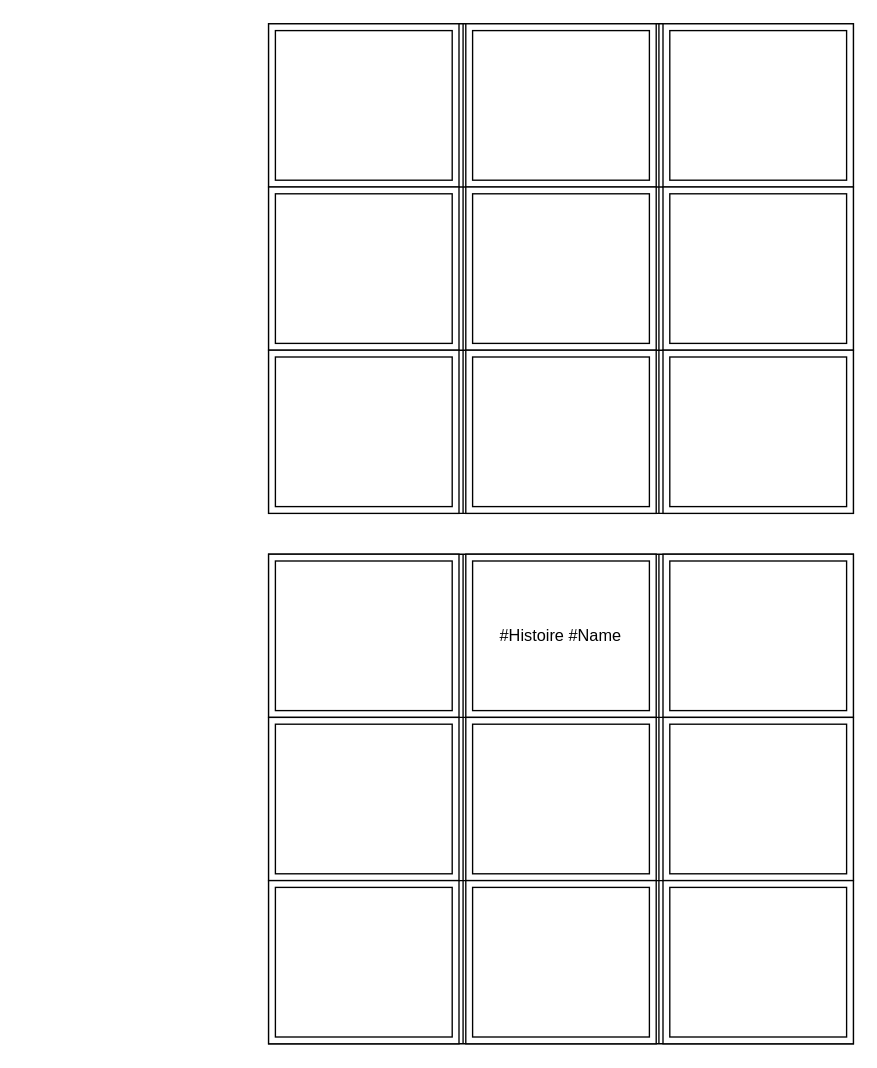
arseneRuben/programmation-web-tp keeps this draw.io diagram as page "gallery-page-main-section" (6 of 6) of src/Autres fichiers/proto_home_21_08.drawio. Above is the earlier version. Source tidied: cells renumbered, new cells numbered last; positions are measured from the earlier drawing's top-left corner, leaving out a move shared by most shapes. Both pictures are drawn from the tidied source at 136%, with x=0, y=0 at pixel (268, 23).
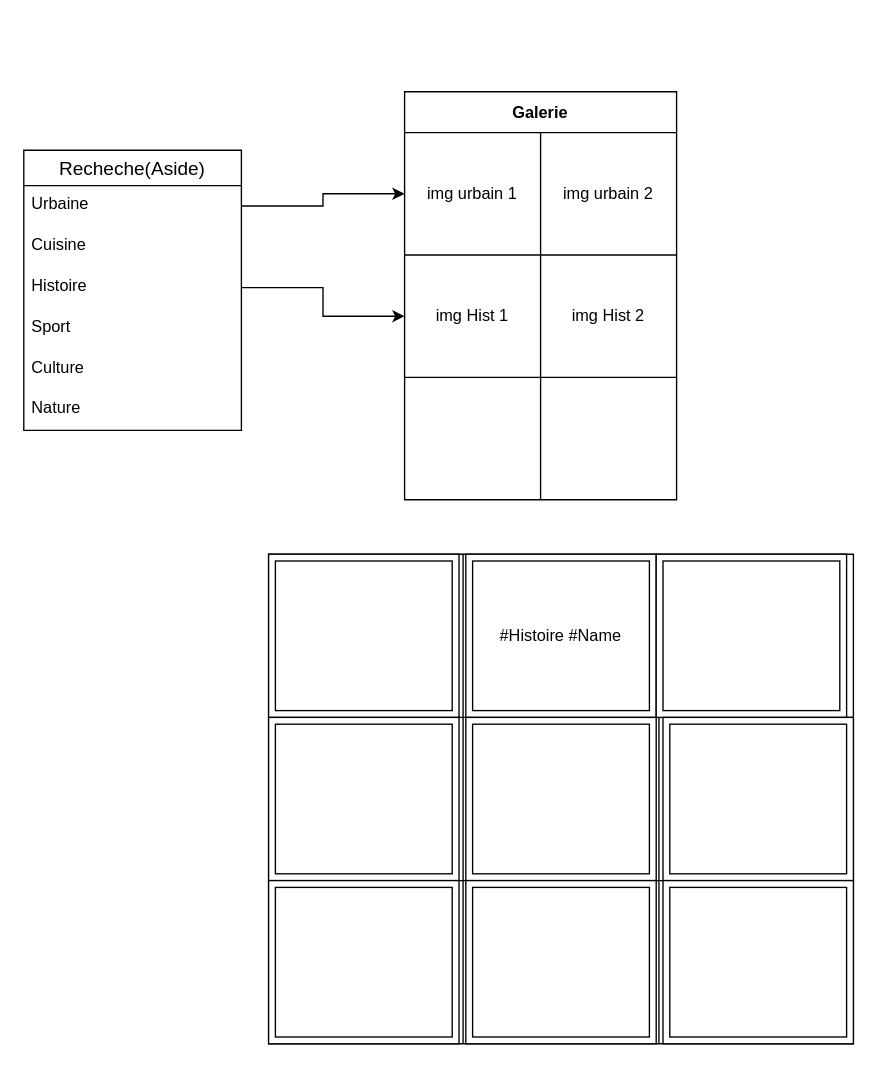
The same diagram, later.

What changed in the source:
```diff
@@
-    <mxCell id="2" style="shape=table;html=1;whiteSpace=wrap;startSize=0;childLayout=tableLayout;strokeWidth=1;" parent="1" vertex="1">
-      <mxGeometry width="430" height="360" as="geometry" />
-    </mxCell>
-    <mxCell id="3" style="shape=tableRow;horizontal=0;startSize=0;swimlaneHead=0;swimlaneBody=0;top=0;left=0;bottom=0;right=0;fillColor=none;strokeWidth=1;" parent="2" vertex="1">
-      <mxGeometry width="430" height="120" as="geometry" />
-    </mxCell>
-    <mxCell id="4" style="shape=partialRectangle;html=1;whiteSpace=wrap;fillColor=none;top=0;left=0;bottom=0;right=0;overflow=hidden;strokeWidth=1;" parent="3" vertex="1">
-      <mxGeometry width="143" height="120" as="geometry" />
-    </mxCell>
-    <mxCell id="5" style="shape=partialRectangle;html=1;whiteSpace=wrap;fillColor=none;top=0;left=0;bottom=0;right=0;overflow=hidden;strokeWidth=1;" parent="3" vertex="1">
-      <mxGeometry x="143" width="144" height="120" as="geometry" />
-    </mxCell>
-    <mxCell id="6" style="shape=partialRectangle;html=1;whiteSpace=wrap;fillColor=none;top=0;left=0;bottom=0;right=0;overflow=hidden;strokeWidth=1;" parent="3" vertex="1">
-      <mxGeometry x="287" width="143" height="120" as="geometry" />
-    </mxCell>
-    <mxCell id="7" style="shape=tableRow;horizontal=0;startSize=0;swimlaneHead=0;swimlaneBody=0;top=0;left=0;bottom=0;right=0;fillColor=none;strokeWidth=1;" parent="2" vertex="1">
-      <mxGeometry y="120" width="430" height="120" as="geometry" />
-    </mxCell>
-    <mxCell id="8" style="shape=partialRectangle;html=1;whiteSpace=wrap;fillColor=none;top=0;left=0;bottom=0;right=0;overflow=hidden;strokeWidth=1;" parent="7" vertex="1">
-      <mxGeometry width="143" height="120" as="geometry" />
-    </mxCell>
-    <mxCell id="9" style="shape=partialRectangle;html=1;whiteSpace=wrap;fillColor=none;top=0;left=0;bottom=0;right=0;overflow=hidden;strokeWidth=1;" parent="7" vertex="1">
-      <mxGeometry x="143" width="144" height="120" as="geometry" />
-    </mxCell>
-    <mxCell id="10" style="shape=partialRectangle;html=1;whiteSpace=wrap;fillColor=none;top=0;left=0;bottom=0;right=0;overflow=hidden;strokeWidth=1;" parent="7" vertex="1">
-      <mxGeometry x="287" width="143" height="120" as="geometry" />
-    </mxCell>
-    <mxCell id="11" style="shape=tableRow;horizontal=0;startSize=0;swimlaneHead=0;swimlaneBody=0;top=0;left=0;bottom=0;right=0;fillColor=none;strokeWidth=1;" parent="2" vertex="1">
-      <mxGeometry y="240" width="430" height="120" as="geometry" />
-    </mxCell>
-    <mxCell id="12" style="shape=partialRectangle;html=1;whiteSpace=wrap;fillColor=none;top=0;left=0;bottom=0;right=0;overflow=hidden;strokeWidth=1;" parent="11" vertex="1">
-      <mxGeometry width="143" height="120" as="geometry" />
-    </mxCell>
-    <mxCell id="13" style="shape=partialRectangle;html=1;whiteSpace=wrap;fillColor=none;top=0;left=0;bottom=0;right=0;overflow=hidden;strokeWidth=1;" parent="11" vertex="1">
-      <mxGeometry x="143" width="144" height="120" as="geometry" />
-    </mxCell>
-    <mxCell id="14" style="shape=partialRectangle;html=1;whiteSpace=wrap;fillColor=none;top=0;left=0;bottom=0;right=0;overflow=hidden;strokeWidth=1;" parent="11" vertex="1">
-      <mxGeometry x="287" width="143" height="120" as="geometry" />
-    </mxCell>
-    <mxCell id="15" style="shape=ext;margin=3;double=1;whiteSpace=wrap;html=1;align=center;strokeWidth=1;" parent="1" vertex="1">
-      <mxGeometry width="140" height="120" as="geometry" />
-    </mxCell>
-    <mxCell id="16" style="shape=ext;margin=3;double=1;whiteSpace=wrap;html=1;align=center;strokeWidth=1;" parent="1" vertex="1">
-      <mxGeometry x="145" width="140" height="120" as="geometry" />
-    </mxCell>
-    <mxCell id="17" style="shape=ext;margin=3;double=1;whiteSpace=wrap;html=1;align=center;strokeWidth=1;" parent="1" vertex="1">
-      <mxGeometry x="290" width="140" height="120" as="geometry" />
-    </mxCell>
-    <mxCell id="18" style="shape=ext;margin=3;double=1;whiteSpace=wrap;html=1;align=center;strokeWidth=1;" parent="1" vertex="1">
-      <mxGeometry y="120" width="140" height="120" as="geometry" />
-    </mxCell>
-    <mxCell id="19" style="shape=ext;margin=3;double=1;whiteSpace=wrap;html=1;align=center;strokeWidth=1;" parent="1" vertex="1">
-      <mxGeometry x="145" y="120" width="140" height="120" as="geometry" />
-    </mxCell>
-    <mxCell id="20" style="shape=ext;margin=3;double=1;whiteSpace=wrap;html=1;align=center;strokeWidth=1;" parent="1" vertex="1">
-      <mxGeometry x="290" y="120" width="140" height="120" as="geometry" />
-    </mxCell>
-    <mxCell id="21" style="shape=ext;margin=3;double=1;whiteSpace=wrap;html=1;align=center;strokeWidth=1;" parent="1" vertex="1">
-      <mxGeometry y="240" width="140" height="120" as="geometry" />
-    </mxCell>
-    <mxCell id="22" style="shape=ext;margin=3;double=1;whiteSpace=wrap;html=1;align=center;strokeWidth=1;" parent="1" vertex="1">
-      <mxGeometry x="145" y="240" width="140" height="120" as="geometry" />
-    </mxCell>
-    <mxCell id="23" style="shape=ext;margin=3;double=1;whiteSpace=wrap;html=1;align=center;strokeWidth=1;" parent="1" vertex="1">
-      <mxGeometry x="290" y="240" width="140" height="120" as="geometry" />
-    </mxCell>
@@
     <mxCell id="39" style="shape=ext;margin=3;double=1;whiteSpace=wrap;html=1;align=center;strokeWidth=1;" parent="1" vertex="1">
-      <mxGeometry x="290" y="390" width="140" height="120" as="geometry" />
+      <mxGeometry x="285" y="390" width="140" height="120" as="geometry" />
     </mxCell>
@@
+    <mxCell id="46" value="Recheche(Aside)" style="swimlane;fontStyle=0;horizontal=1;startSize=26;align=center;fontSize=14;strokeWidth=1;" parent="1" vertex="1">
+      <mxGeometry x="-180" y="93" width="160" height="206" as="geometry" />
+    </mxCell>
+    <mxCell id="47" value="Urbaine" style="text;strokeColor=none;fillColor=none;spacingLeft=4;spacingRight=4;overflow=hidden;points=[[0,0.5],[1,0.5]];portConstraint=eastwest;fontSize=12;" parent="46" vertex="1">
+      <mxGeometry y="26" width="160" height="30" as="geometry" />
+    </mxCell>
+    <mxCell id="48" value="Cuisine" style="text;strokeColor=none;fillColor=none;spacingLeft=4;spacingRight=4;overflow=hidden;fontSize=12;" parent="46" vertex="1">
+      <mxGeometry y="56" width="160" height="30" as="geometry" />
+    </mxCell>
+    <mxCell id="49" value="Histoire" style="text;strokeColor=none;fillColor=none;spacingLeft=4;spacingRight=4;overflow=hidden;points=[[0,0.5],[1,0.5]];portConstraint=eastwest;fontSize=12;" parent="46" vertex="1">
+      <mxGeometry y="86" width="160" height="30" as="geometry" />
+    </mxCell>
+    <mxCell id="50" value="Sport" style="text;strokeColor=none;fillColor=none;spacingLeft=4;spacingRight=4;overflow=hidden;fontSize=12;" parent="46" vertex="1">
+      <mxGeometry y="116" width="160" height="30" as="geometry" />
+    </mxCell>
+    <mxCell id="51" value="Culture" style="text;strokeColor=none;fillColor=none;spacingLeft=4;spacingRight=4;overflow=hidden;fontSize=12;" parent="46" vertex="1">
+      <mxGeometry y="146" width="160" height="30" as="geometry" />
+    </mxCell>
+    <mxCell id="52" value="Nature" style="text;strokeColor=none;fillColor=none;spacingLeft=4;spacingRight=4;overflow=hidden;fontSize=12;" parent="46" vertex="1">
+      <mxGeometry y="176" width="160" height="30" as="geometry" />
+    </mxCell>
+    <mxCell id="53" value="Galerie" style="shape=table;startSize=30;childLayout=tableLayout;fontStyle=1;align=center;strokeWidth=1;" parent="1" vertex="1">
+      <mxGeometry x="100" y="50" width="200" height="300" as="geometry" />
+    </mxCell>
+    <mxCell id="54" style="shape=tableRow;horizontal=0;startSize=0;swimlaneHead=0;swimlaneBody=0;top=0;left=0;bottom=0;right=0;fillColor=none;points=[[0,0.5],[1,0.5]];portConstraint=eastwest;strokeWidth=1;" parent="53" vertex="1">
+      <mxGeometry y="30" width="200" height="90" as="geometry" />
+    </mxCell>
+    <mxCell id="55" value="img urbain 1" style="shape=partialRectangle;html=1;whiteSpace=wrap;fillColor=none;top=0;left=0;bottom=0;right=0;overflow=hidden;strokeWidth=1;" parent="54" vertex="1">
+      <mxGeometry width="100" height="90" as="geometry" />
+    </mxCell>
+    <mxCell id="56" value="&lt;span style=&quot;&quot;&gt;img urbain 2&lt;/span&gt;" style="shape=partialRectangle;html=1;whiteSpace=wrap;fillColor=none;top=0;left=0;bottom=0;right=0;overflow=hidden;strokeWidth=1;" parent="54" vertex="1">
+      <mxGeometry x="100" width="100" height="90" as="geometry" />
+    </mxCell>
+    <mxCell id="57" style="shape=tableRow;horizontal=0;startSize=0;swimlaneHead=0;swimlaneBody=0;top=0;left=0;bottom=0;right=0;fillColor=none;points=[[0,0.5],[1,0.5]];portConstraint=eastwest;strokeWidth=1;" parent="53" vertex="1">
+      <mxGeometry y="120" width="200" height="90" as="geometry" />
+    </mxCell>
+    <mxCell id="58" value="&lt;span style=&quot;&quot;&gt;img Hist 1&lt;/span&gt;" style="shape=partialRectangle;html=1;whiteSpace=wrap;fillColor=none;top=0;left=0;bottom=0;right=0;overflow=hidden;strokeWidth=1;" parent="57" vertex="1">
+      <mxGeometry width="100" height="90" as="geometry" />
+    </mxCell>
+    <mxCell id="59" value="&lt;span style=&quot;&quot;&gt;img Hist 2&lt;/span&gt;" style="shape=partialRectangle;html=1;whiteSpace=wrap;fillColor=none;top=0;left=0;bottom=0;right=0;overflow=hidden;strokeWidth=1;" parent="57" vertex="1">
+      <mxGeometry x="100" width="100" height="90" as="geometry" />
+    </mxCell>
+    <mxCell id="60" style="shape=tableRow;horizontal=0;startSize=0;swimlaneHead=0;swimlaneBody=0;top=0;left=0;bottom=0;right=0;fillColor=none;strokeWidth=1;" parent="53" vertex="1">
+      <mxGeometry y="210" width="200" height="90" as="geometry" />
+    </mxCell>
+    <mxCell id="61" style="shape=partialRectangle;html=1;whiteSpace=wrap;fillColor=none;top=0;left=0;bottom=0;right=0;overflow=hidden;strokeWidth=1;" parent="60" vertex="1">
+      <mxGeometry width="100" height="90" as="geometry" />
+    </mxCell>
+    <mxCell id="62" style="shape=partialRectangle;html=1;whiteSpace=wrap;fillColor=none;top=0;left=0;bottom=0;right=0;overflow=hidden;strokeWidth=1;" parent="60" vertex="1">
+      <mxGeometry x="100" width="100" height="90" as="geometry" />
+    </mxCell>
+    <mxCell id="63" style="edgeStyle=orthogonalEdgeStyle;rounded=0;jettySize=auto;html=1;entryX=0;entryY=0.5;entryDx=0;entryDy=0;" parent="1" edge="1" source="47" target="54">
+      <mxGeometry relative="1" as="geometry" />
+    </mxCell>
+    <mxCell id="64" style="edgeStyle=orthogonalEdgeStyle;rounded=0;jettySize=auto;html=1;entryX=0;entryY=0.5;entryDx=0;entryDy=0;" parent="1" edge="1" source="49" target="57">
+      <mxGeometry relative="1" as="geometry" />
+    </mxCell>
```
